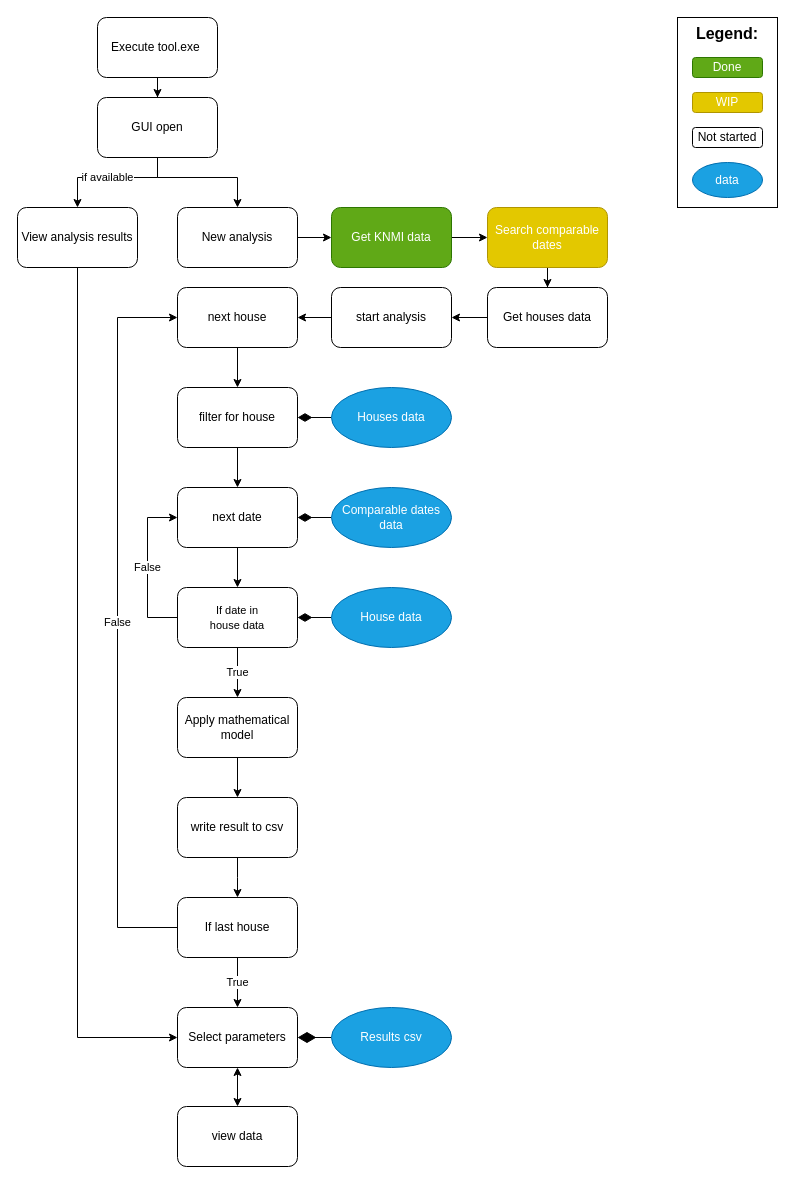
Earlier version of the draw.io diagram tool flowchart.drawio (Luko-14/tool). Source tidied: cells renumbered, new cells numbered last; positions are measured from the earlier drawing's top-left corner, leaving out a move shared by most shapes. Both pictures are drawn from the tidied source at 100%, with x=0, y=0 at pixel (17, 17).
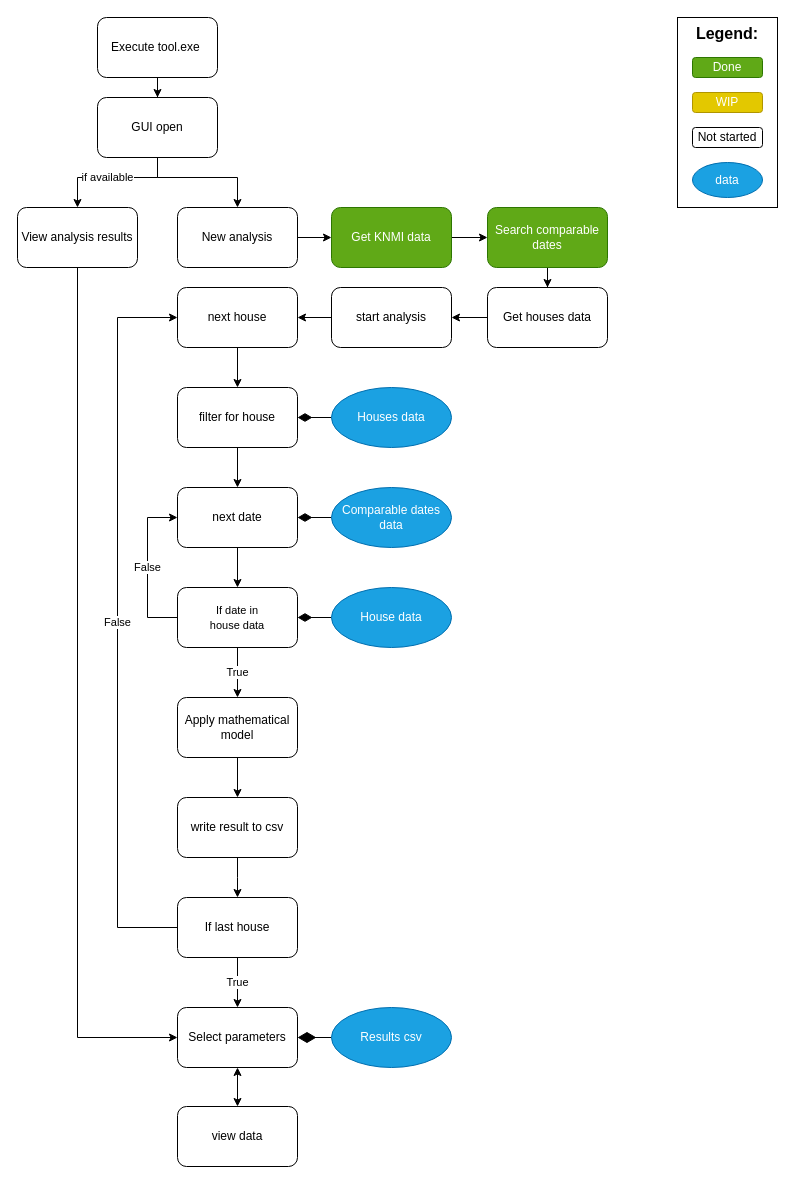
The same diagram, later.

Change to the diagram source:
```diff
@@
-    <mxCell id="34" value="Search comparable dates" style="rounded=1;whiteSpace=wrap;html=1;fillColor=#e3c800;strokeColor=#B09500;fontColor=#ffffff;" parent="1" vertex="1">
+    <mxCell id="34" value="Search comparable dates" style="rounded=1;whiteSpace=wrap;html=1;fillColor=#60a917;strokeColor=#2D7600;fontColor=#ffffff;" parent="1" vertex="1">
       <mxGeometry x="470" y="190" width="120" height="60" as="geometry" />
     </mxCell>
```
